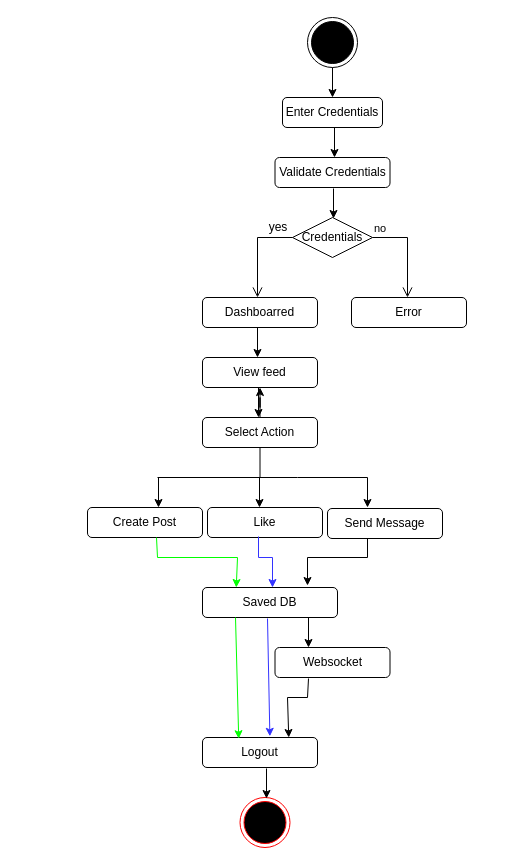
Before: Activity_Diagram_User.drawio in abubakar8866/Connectify, a draw.io diagram. Source tidied: cells renumbered, new cells numbered last; positions are measured from the earlier drawing's top-left corner, leaving out a move shared by most shapes. Both pictures are drawn from the tidied source at 100%, with x=0, y=0 at pixel (87, 17).
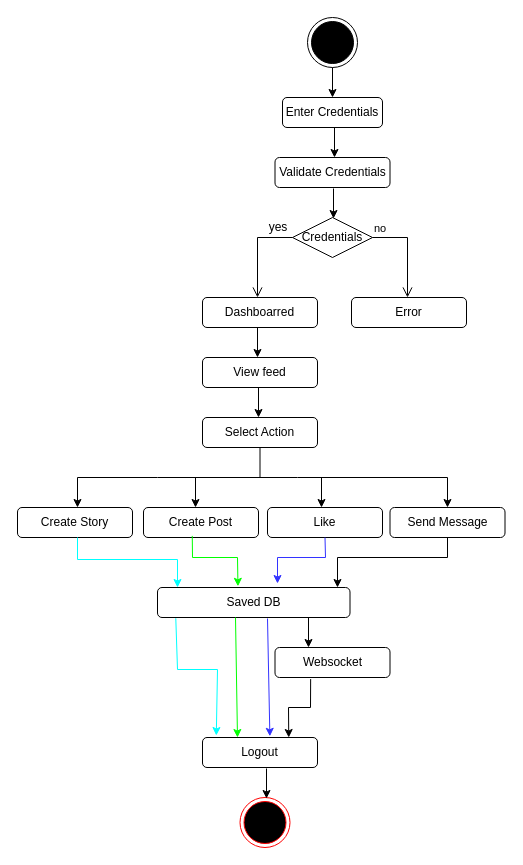
After the change.

The change refers to these unchanged cells:
```xml
<mxCell id="15" value="View feed" style="rounded=1;whiteSpace=wrap;html=1;" parent="1" vertex="1">
  <mxGeometry x="115" y="340" width="115" height="30" as="geometry" />
</mxCell>
<mxCell id="18" value="Select Action" style="rounded=1;whiteSpace=wrap;html=1;" parent="1" vertex="1">
  <mxGeometry x="115" y="400" width="115" height="30" as="geometry" />
</mxCell>
<mxCell id="29" value="Logout" style="rounded=1;whiteSpace=wrap;html=1;" parent="1" vertex="1">
  <mxGeometry x="115" y="720" width="115" height="30" as="geometry" />
</mxCell>
<mxCell id="35" value="Websocket" style="rounded=1;whiteSpace=wrap;html=1;" parent="1" vertex="1">
  <mxGeometry x="187.5" y="630" width="115" height="30" as="geometry" />
</mxCell>
```

What changed in the source:
```diff
@@
-    <mxCell id="17" style="edgeStyle=orthogonalEdgeStyle;rounded=0;jettySize=auto;html=1;" parent="1" edge="1" source="18" target="15">
-      <mxGeometry relative="1" as="geometry" />
-    </mxCell>
@@
     <mxCell id="19" style="endArrow=none;html=1;rounded=0;edgeStyle=orthogonalEdgeStyle;entryX=0.5;entryY=1;entryDx=0;entryDy=0;" parent="1" edge="1" target="18">
       <mxGeometry relative="1" as="geometry">
-        <mxPoint x="70" y="460" as="sourcePoint" />
+        <mxPoint x="-10" y="460" as="sourcePoint" />
         <Array as="points">
           <mxPoint x="70" y="460" />
           <mxPoint x="173" y="460" />
         </Array>
       </mxGeometry>
     </mxCell>
     <mxCell id="20" value="Create Post" style="rounded=1;whiteSpace=wrap;html=1;" parent="1" vertex="1">
-      <mxGeometry y="490" width="115" height="30" as="geometry" />
+      <mxGeometry x="56" y="490" width="115" height="30" as="geometry" />
     </mxCell>
     <mxCell id="21" value="Like" style="rounded=1;whiteSpace=wrap;html=1;" parent="1" vertex="1">
-      <mxGeometry x="120" y="490" width="115" height="30" as="geometry" />
+      <mxGeometry x="180" y="490" width="115" height="30" as="geometry" />
     </mxCell>
     <mxCell id="22" style="endArrow=none;html=1;rounded=0;" parent="1" edge="1">
       <mxGeometry relative="1" as="geometry">
         <mxPoint x="172" y="460" as="sourcePoint" />
-        <mxPoint x="280" y="460" as="targetPoint" />
+        <mxPoint x="360" y="460" as="targetPoint" />
         <Array as="points">
           <mxPoint x="210" y="460" />
         </Array>
       </mxGeometry>
     </mxCell>
     <mxCell id="23" value="Send Message" style="rounded=1;whiteSpace=wrap;html=1;" parent="1" vertex="1">
-      <mxGeometry x="240" y="491" width="115" height="30" as="geometry" />
+      <mxGeometry x="302.5" y="490" width="115" height="30" as="geometry" />
     </mxCell>
     <mxCell id="24" style="endArrow=classic;html=1;rounded=0;" parent="1" edge="1">
       <mxGeometry relative="1" as="geometry">
-        <mxPoint x="172" y="460" as="sourcePoint" />
-        <mxPoint x="172" y="490" as="targetPoint" />
+        <mxPoint x="234" y="460" as="sourcePoint" />
+        <mxPoint x="234" y="490" as="targetPoint" />
       </mxGeometry>
     </mxCell>
     <mxCell id="25" style="endArrow=classic;html=1;rounded=0;" parent="1" edge="1">
       <mxGeometry relative="1" as="geometry">
-        <mxPoint x="71" y="460" as="sourcePoint" />
-        <mxPoint x="71" y="490" as="targetPoint" />
+        <mxPoint x="108" y="460" as="sourcePoint" />
+        <mxPoint x="108" y="490" as="targetPoint" />
       </mxGeometry>
     </mxCell>
-    <mxCell id="26" style="endArrow=classic;html=1;rounded=0;" parent="1" edge="1">
-      <mxGeometry relative="1" as="geometry">
-        <mxPoint x="280" y="460" as="sourcePoint" />
-        <mxPoint x="280" y="490" as="targetPoint" />
-      </mxGeometry>
-    </mxCell>
-    <mxCell id="27" style="endArrow=classic;html=1;rounded=0;entryX=0.25;entryY=0;entryDx=0;entryDy=0;strokeColor=#00FF00;" parent="1" edge="1" target="28">
+    <mxCell id="27" style="endArrow=classic;html=1;rounded=0;entryX=0.418;entryY=-0.04;entryDx=0;entryDy=0;strokeColor=#00FF00;entryPerimeter=0;exitX=0.424;exitY=0.947;exitDx=0;exitDy=0;exitPerimeter=0;" parent="1" edge="1" source="20" target="28">
       <mxGeometry relative="1" as="geometry">
-        <mxPoint x="69" y="520" as="sourcePoint" />
         <Array as="points">
-          <mxPoint x="70" y="540" />
+          <mxPoint x="105" y="540" />
           <mxPoint x="150" y="540" />
         </Array>
       </mxGeometry>
     </mxCell>
     <mxCell id="28" value="Saved DB" style="rounded=1;whiteSpace=wrap;html=1;" parent="1" vertex="1">
-      <mxGeometry x="115" y="570" width="135" height="30" as="geometry" />
+      <mxGeometry x="70" y="570" width="192.5" height="30" as="geometry" />
     </mxCell>
@@
-    <mxCell id="30" style="endArrow=classic;html=1;rounded=0;strokeColor=#3333FF;" parent="1" edge="1">
+    <mxCell id="30" style="endArrow=classic;html=1;rounded=0;strokeColor=#3333FF;exitX=0.5;exitY=1;exitDx=0;exitDy=0;" parent="1" edge="1" source="21">
       <mxGeometry relative="1" as="geometry">
-        <mxPoint x="171" y="519" as="sourcePoint" />
-        <mxPoint x="185" y="570" as="targetPoint" />
+        <mxPoint x="190" y="566" as="targetPoint" />
         <Array as="points">
-          <mxPoint x="171" y="540" />
-          <mxPoint x="185" y="540" />
+          <mxPoint x="238" y="540" />
+          <mxPoint x="190" y="540" />
         </Array>
       </mxGeometry>
     </mxCell>
-    <mxCell id="31" style="endArrow=classic;html=1;rounded=0;" parent="1" edge="1">
+    <mxCell id="31" style="endArrow=classic;html=1;rounded=0;exitX=0.5;exitY=1;exitDx=0;exitDy=0;" parent="1" edge="1" source="23">
       <mxGeometry relative="1" as="geometry">
-        <mxPoint x="280" y="521" as="sourcePoint" />
-        <mxPoint x="220" y="568" as="targetPoint" />
+        <mxPoint x="250" y="570" as="targetPoint" />
         <Array as="points">
-          <mxPoint x="280" y="540" />
-          <mxPoint x="220" y="540" />
+          <mxPoint x="360" y="540" />
+          <mxPoint x="250" y="540" />
         </Array>
       </mxGeometry>
     </mxCell>
@@
-    <mxCell id="33" style="endArrow=classic;html=1;rounded=0;entryX=0.315;entryY=0.04;entryDx=0;entryDy=0;entryPerimeter=0;strokeColor=#00FF00;" parent="1" edge="1" target="29">
+    <mxCell id="33" style="endArrow=classic;html=1;rounded=0;strokeColor=#00FF00;" parent="1" edge="1">
       <mxGeometry relative="1" as="geometry">
         <mxPoint x="148" y="600" as="sourcePoint" />
+        <mxPoint x="150" y="720" as="targetPoint" />
       </mxGeometry>
     </mxCell>
@@
-    <mxCell id="36" style="endArrow=classic;html=1;rounded=0;entryX=0.75;entryY=0;entryDx=0;entryDy=0;" parent="1" edge="1" target="29">
+    <mxCell id="36" style="endArrow=classic;html=1;rounded=0;entryX=0.75;entryY=0;entryDx=0;entryDy=0;exitX=0.31;exitY=1.053;exitDx=0;exitDy=0;exitPerimeter=0;" parent="1" edge="1" source="35" target="29">
       <mxGeometry relative="1" as="geometry">
-        <mxPoint x="221" y="661" as="sourcePoint" />
         <Array as="points">
-          <mxPoint x="220" y="680" />
-          <mxPoint x="200" y="680" />
+          <mxPoint x="223" y="690" />
+          <mxPoint x="201" y="690" />
         </Array>
       </mxGeometry>
     </mxCell>
@@
+    <mxCell id="39" value="Create Story" style="rounded=1;whiteSpace=wrap;html=1;" parent="1" vertex="1">
+      <mxGeometry x="-70" y="490" width="115" height="30" as="geometry" />
+    </mxCell>
+    <mxCell id="40" style="endArrow=classic;html=1;rounded=0;" parent="1" edge="1">
+      <mxGeometry relative="1" as="geometry">
+        <mxPoint x="-10" y="460" as="sourcePoint" />
+        <mxPoint x="-10" y="490" as="targetPoint" />
+      </mxGeometry>
+    </mxCell>
+    <mxCell id="41" style="endArrow=classic;html=1;rounded=0;" parent="1" edge="1">
+      <mxGeometry relative="1" as="geometry">
+        <mxPoint x="360" y="460" as="sourcePoint" />
+        <mxPoint x="360" y="490" as="targetPoint" />
+      </mxGeometry>
+    </mxCell>
+    <mxCell id="42" style="endArrow=classic;html=1;rounded=0;entryX=0.104;entryY=0;entryDx=0;entryDy=0;strokeColor=#00FFFF;entryPerimeter=0;exitX=0.424;exitY=0.947;exitDx=0;exitDy=0;exitPerimeter=0;" parent="1" edge="1" target="28">
+      <mxGeometry relative="1" as="geometry">
+        <mxPoint x="-10" y="520" as="sourcePoint" />
+        <Array as="points">
+          <mxPoint x="-10" y="542" />
+          <mxPoint x="90" y="542" />
+        </Array>
+      </mxGeometry>
+    </mxCell>
+    <mxCell id="43" style="endArrow=classic;html=1;rounded=0;entryX=0.12;entryY=-0.133;entryDx=0;entryDy=0;entryPerimeter=0;strokeColor=#00FFFF;exitX=0.095;exitY=1.024;exitDx=0;exitDy=0;exitPerimeter=0;" parent="1" edge="1" source="28">
+      <mxGeometry relative="1" as="geometry">
+        <mxPoint x="128.8" y="718" as="targetPoint" />
+        <Array as="points">
+          <mxPoint x="90" y="652" />
+          <mxPoint x="130" y="652" />
+        </Array>
+      </mxGeometry>
+    </mxCell>
```
